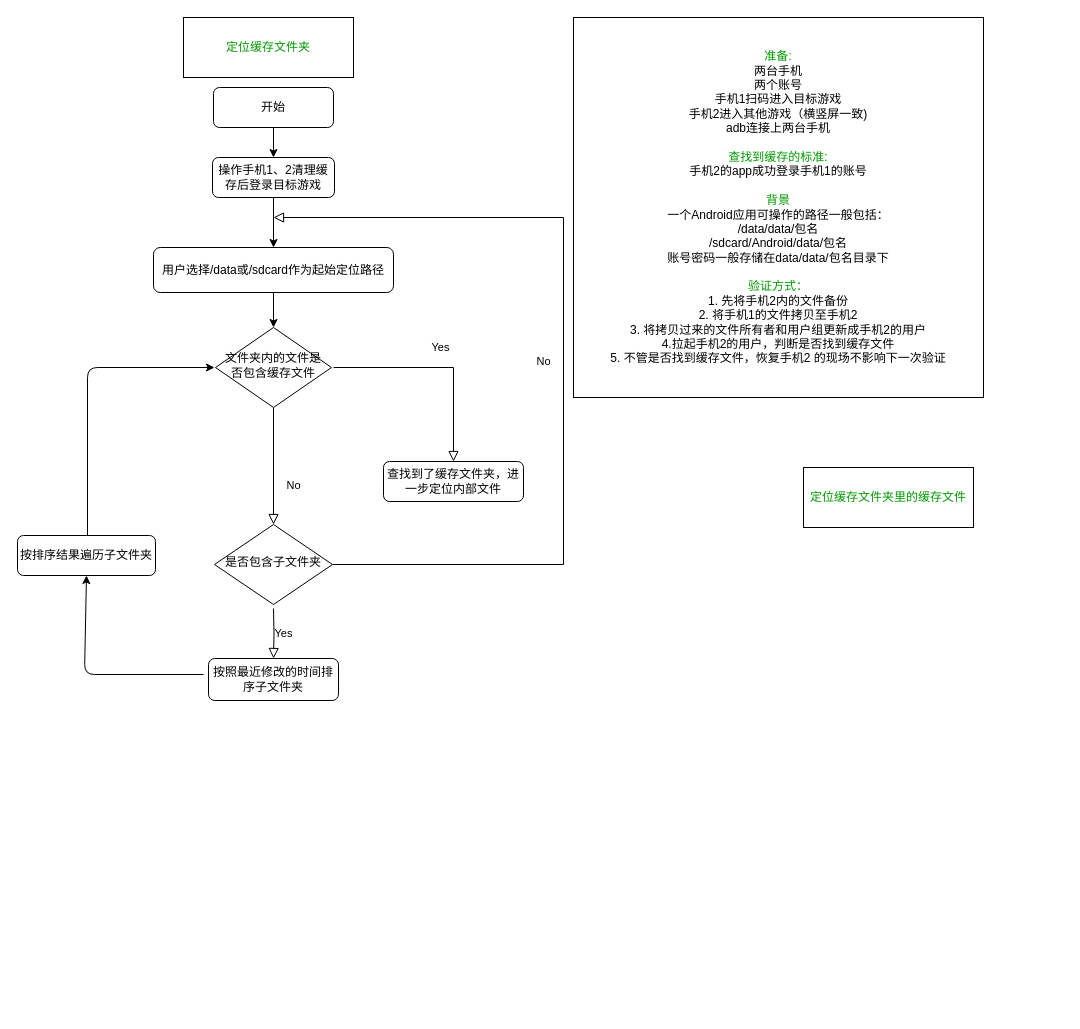
Before: Untitled Diagram.drawio in linxierr/TVGuoBT, a draw.io diagram. Source tidied: cells renumbered, new cells numbered last; positions are measured from the earlier drawing's top-left corner, leaving out a move shared by most shapes. Both pictures are drawn from the tidied source at 100%, with x=0, y=0 at pixel (17, 17).
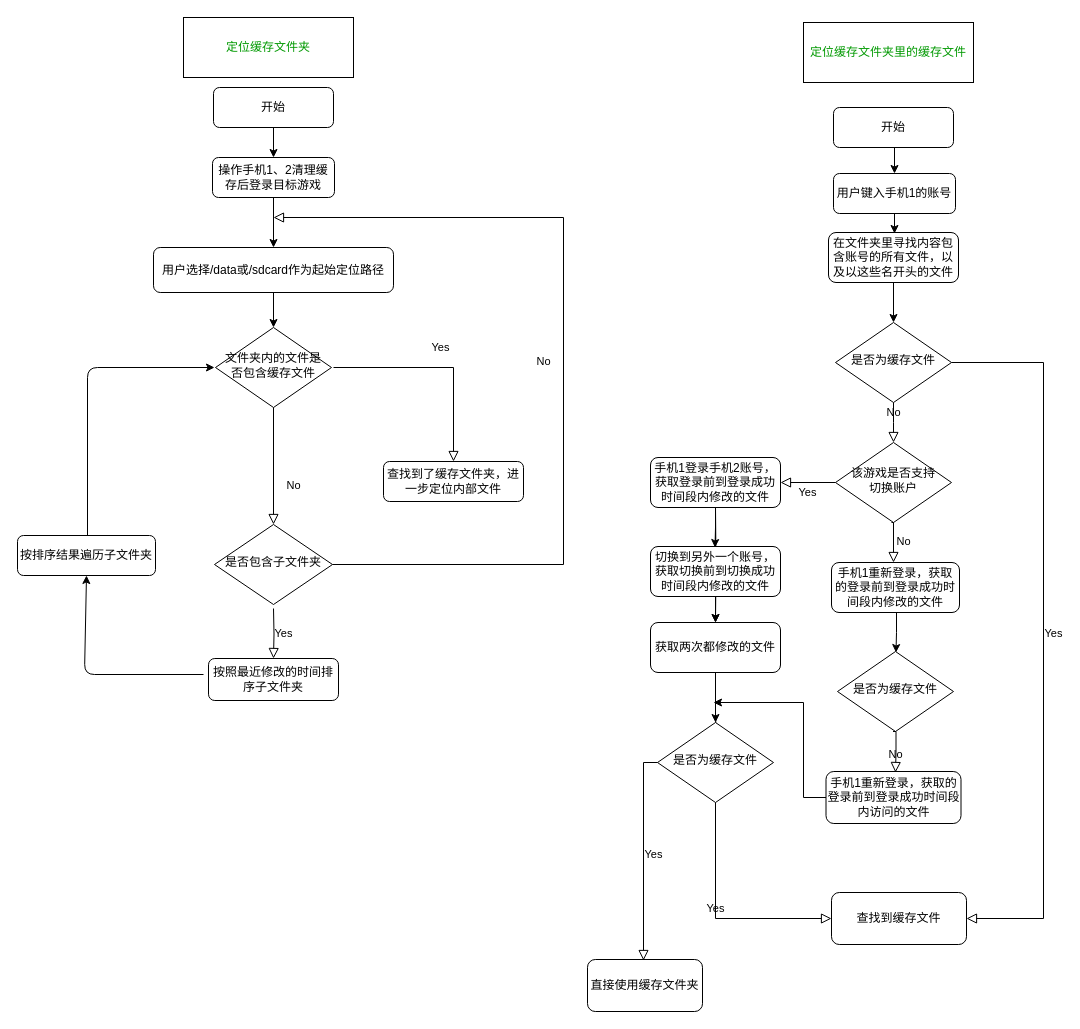
After the change.

Diff of the diagram source:
```diff
@@
-    <mxCell id="3" value="&lt;font color=&quot;#009900&quot;&gt;准备:&lt;/font&gt;&lt;br&gt;两台手机&lt;br&gt;两个账号&lt;br&gt;手机1扫码进入目标游戏&lt;br&gt;手机2进入其他游戏（横竖屏一致)&lt;br&gt;adb连接上两台手机&lt;br&gt;&lt;br&gt;&lt;font color=&quot;#009900&quot;&gt;查找到缓存的标准:&lt;/font&gt;&lt;br&gt;手机2的app成功登录手机1的账号&lt;br&gt;&lt;br&gt;&lt;font color=&quot;#009900&quot;&gt;背景&lt;/font&gt;&lt;br&gt;一个Android应用可操作的路径一般包括：&lt;br&gt;/data/data/包名&lt;br&gt;/sdcard/Android/data/包名&lt;br&gt;账号密码一般存储在data/data/包名目录下&lt;br&gt;&lt;br&gt;&lt;font color=&quot;#009900&quot;&gt;验证方式：&lt;/font&gt;&lt;br&gt;1. 先将手机2内的文件备份&lt;br&gt;2. 将手机1的文件拷贝至手机2&lt;br&gt;3. 将拷贝过来的文件所有者和用户组更新成手机2的用户&lt;br&gt;4.拉起手机2的用户，判断是否找到缓存文件&lt;br&gt;5. 不管是否找到缓存文件，恢复手机2 的现场不影响下一次验证" style="rounded=0;whiteSpace=wrap;html=1;" parent="1" vertex="1">
-      <mxGeometry x="556" width="410" height="380" as="geometry" />
-    </mxCell>
@@
     <mxCell id="22" value="&lt;font color=&quot;#009900&quot;&gt;定位缓存文件夹里的缓存文件&lt;/font&gt;" style="rounded=0;whiteSpace=wrap;html=1;" parent="1" vertex="1">
-      <mxGeometry x="786" y="450" width="170" height="60" as="geometry" />
+      <mxGeometry x="786" y="5" width="170" height="60" as="geometry" />
     </mxCell>
+    <mxCell id="23" value="开始" style="rounded=1;whiteSpace=wrap;html=1;fontSize=12;glass=0;strokeWidth=1;shadow=0;" parent="1" vertex="1">
+      <mxGeometry x="816" y="90" width="120" height="40" as="geometry" />
+    </mxCell>
+    <mxCell id="24" value="用户键入手机1的账号" style="rounded=1;whiteSpace=wrap;html=1;fontSize=12;glass=0;strokeWidth=1;shadow=0;" parent="1" vertex="1">
+      <mxGeometry x="816" y="156" width="122" height="40" as="geometry" />
+    </mxCell>
+    <mxCell id="25" value="在文件夹里寻找内容包含账号的所有文件，以及以这些名开头的文件&lt;br&gt;" style="rounded=1;whiteSpace=wrap;html=1;fontSize=12;glass=0;strokeWidth=1;shadow=0;" parent="1" vertex="1">
+      <mxGeometry x="811" y="215" width="130" height="50" as="geometry" />
+    </mxCell>
+    <mxCell id="26" style="edgeStyle=orthogonalEdgeStyle;rounded=0;jettySize=auto;html=1;exitX=0.5;exitY=1;exitDx=0;exitDy=0;entryX=0.5;entryY=0;entryDx=0;entryDy=0;" parent="1" edge="1" source="23" target="24">
+      <mxGeometry relative="1" as="geometry" />
+    </mxCell>
+    <mxCell id="27" style="edgeStyle=orthogonalEdgeStyle;rounded=0;jettySize=auto;html=1;exitX=0.5;exitY=1;exitDx=0;exitDy=0;" parent="1" edge="1" source="24">
+      <mxGeometry relative="1" as="geometry">
+        <mxPoint x="877" y="216" as="targetPoint" />
+      </mxGeometry>
+    </mxCell>
+    <mxCell id="28" style="edgeStyle=orthogonalEdgeStyle;rounded=0;jettySize=auto;html=1;" parent="1" edge="1" target="44">
+      <mxGeometry relative="1" as="geometry">
+        <mxPoint x="698" y="695" as="sourcePoint" />
+      </mxGeometry>
+    </mxCell>
+    <mxCell id="29" value="是否为缓存文件" style="rhombus;whiteSpace=wrap;html=1;shadow=0;fontFamily=Helvetica;fontSize=12;align=center;strokeWidth=1;spacing=6;spacingTop=-4;" parent="1" vertex="1">
+      <mxGeometry x="818" y="305" width="116" height="80" as="geometry" />
+    </mxCell>
+    <mxCell id="30" value="No&lt;br&gt;" style="edgeStyle=orthogonalEdgeStyle;rounded=0;html=1;jettySize=auto;fontSize=11;endArrow=block;endFill=0;endSize=8;strokeWidth=1;shadow=0;labelBackgroundColor=none;exitX=0.5;exitY=1;exitDx=0;exitDy=0;" parent="1" edge="1" source="29">
+      <mxGeometry y="10" relative="1" as="geometry">
+        <mxPoint x="876" y="425" as="targetPoint" />
+      </mxGeometry>
+    </mxCell>
+    <mxCell id="31" style="edgeStyle=orthogonalEdgeStyle;rounded=0;jettySize=auto;html=1;exitX=0.5;exitY=1;exitDx=0;exitDy=0;entryX=0.5;entryY=0;entryDx=0;entryDy=0;" parent="1" edge="1" source="25" target="29">
+      <mxGeometry relative="1" as="geometry" />
+    </mxCell>
+    <mxCell id="32" value="该游戏是否支持&lt;br&gt;切换账户" style="rhombus;whiteSpace=wrap;html=1;shadow=0;fontFamily=Helvetica;fontSize=12;align=center;strokeWidth=1;spacing=6;spacingTop=-4;" parent="1" vertex="1">
+      <mxGeometry x="818" y="425" width="116" height="80" as="geometry" />
+    </mxCell>
+    <mxCell id="33" style="edgeStyle=orthogonalEdgeStyle;rounded=0;jettySize=auto;html=1;" parent="1" edge="1" source="35" target="39">
+      <mxGeometry relative="1" as="geometry" />
+    </mxCell>
+    <mxCell id="34" style="edgeStyle=orthogonalEdgeStyle;rounded=0;jettySize=auto;html=1;" parent="1" edge="1" target="39">
+      <mxGeometry relative="1" as="geometry">
+        <mxPoint x="698" y="490" as="sourcePoint" />
+      </mxGeometry>
+    </mxCell>
+    <mxCell id="35" value="手机1登录手机2账号，获取登录前到登录成功时间段内修改的文件" style="rounded=1;whiteSpace=wrap;html=1;fontSize=12;glass=0;strokeWidth=1;shadow=0;" parent="1" vertex="1">
+      <mxGeometry x="633" y="440" width="130" height="50" as="geometry" />
+    </mxCell>
+    <mxCell id="36" value="Yes" style="edgeStyle=orthogonalEdgeStyle;rounded=0;html=1;jettySize=auto;fontSize=11;endArrow=block;endFill=0;endSize=8;strokeWidth=1;shadow=0;labelBackgroundColor=none;entryX=1;entryY=0.5;entryDx=0;entryDy=0;" parent="1" edge="1" target="35">
+      <mxGeometry y="10" relative="1" as="geometry">
+        <mxPoint x="818" y="465" as="sourcePoint" />
+        <Array as="points">
+          <mxPoint x="763" y="465" />
+          <mxPoint x="763" y="465" />
+        </Array>
+      </mxGeometry>
+    </mxCell>
+    <mxCell id="37" value="切换到另外一个账号，获取切换前到切换成功时间段内修改的文件" style="rounded=1;whiteSpace=wrap;html=1;fontSize=12;glass=0;strokeWidth=1;shadow=0;" parent="1" vertex="1">
+      <mxGeometry x="633" y="529" width="130" height="50" as="geometry" />
+    </mxCell>
+    <mxCell id="38" style="edgeStyle=orthogonalEdgeStyle;rounded=0;jettySize=auto;html=1;" parent="1" edge="1" source="39" target="44">
+      <mxGeometry relative="1" as="geometry" />
+    </mxCell>
+    <mxCell id="39" value="获取两次都修改的文件" style="rounded=1;whiteSpace=wrap;html=1;fontSize=12;glass=0;strokeWidth=1;shadow=0;" parent="1" vertex="1">
+      <mxGeometry x="633" y="605" width="130" height="50" as="geometry" />
+    </mxCell>
+    <mxCell id="40" style="edgeStyle=orthogonalEdgeStyle;rounded=0;orthogonalLoop=1;jettySize=auto;html=1;entryX=0.5;entryY=0;entryDx=0;entryDy=0;" parent="1" edge="1">
+      <mxGeometry relative="1" as="geometry">
+        <mxPoint x="698" y="490" as="sourcePoint" />
+        <mxPoint x="697.5" y="530" as="targetPoint" />
+        <Array as="points">
+          <mxPoint x="698" y="510" />
+        </Array>
+      </mxGeometry>
+    </mxCell>
+    <mxCell id="41" value="手机1重新登录，获取的登录前到登录成功时间段内修改的文件&lt;br&gt;" style="rounded=1;whiteSpace=wrap;html=1;fontSize=12;glass=0;strokeWidth=1;shadow=0;" parent="1" vertex="1">
+      <mxGeometry x="814" y="545" width="128" height="50" as="geometry" />
+    </mxCell>
+    <mxCell id="42" style="edgeStyle=orthogonalEdgeStyle;rounded=0;orthogonalLoop=1;jettySize=auto;html=1;entryX=0.5;entryY=0;entryDx=0;entryDy=0;" parent="1" edge="1">
+      <mxGeometry relative="1" as="geometry">
+        <mxPoint x="879" y="595" as="sourcePoint" />
+        <mxPoint x="878.5" y="635" as="targetPoint" />
+        <Array as="points">
+          <mxPoint x="879" y="615" />
+        </Array>
+      </mxGeometry>
+    </mxCell>
+    <mxCell id="43" value="No" style="edgeStyle=orthogonalEdgeStyle;rounded=0;html=1;jettySize=auto;orthogonalLoop=1;fontSize=11;endArrow=block;endFill=0;endSize=8;strokeWidth=1;shadow=0;labelBackgroundColor=none;entryX=0.5;entryY=0;entryDx=0;entryDy=0;exitX=0.5;exitY=1;exitDx=0;exitDy=0;" parent="1" edge="1">
+      <mxGeometry y="10" relative="1" as="geometry">
+        <mxPoint x="874" y="505" as="sourcePoint" />
+        <mxPoint x="876" y="545" as="targetPoint" />
+        <Array as="points">
+          <mxPoint x="876" y="505" />
+        </Array>
+      </mxGeometry>
+    </mxCell>
+    <mxCell id="44" value="是否为缓存文件" style="rhombus;whiteSpace=wrap;html=1;shadow=0;fontFamily=Helvetica;fontSize=12;align=center;strokeWidth=1;spacing=6;spacingTop=-4;" parent="1" vertex="1">
+      <mxGeometry x="640" y="705" width="116" height="80" as="geometry" />
+    </mxCell>
+    <mxCell id="45" value="是否为缓存文件" style="rhombus;whiteSpace=wrap;html=1;shadow=0;fontFamily=Helvetica;fontSize=12;align=center;strokeWidth=1;spacing=6;spacingTop=-4;" parent="1" vertex="1">
+      <mxGeometry x="820" y="634" width="116" height="80" as="geometry" />
+    </mxCell>
+    <mxCell id="46" style="edgeStyle=orthogonalEdgeStyle;rounded=0;jettySize=auto;html=1;" parent="1" edge="1" source="47">
+      <mxGeometry relative="1" as="geometry">
+        <mxPoint x="696" y="685" as="targetPoint" />
+        <Array as="points">
+          <mxPoint x="786" y="780" />
+          <mxPoint x="786" y="685" />
+        </Array>
+      </mxGeometry>
+    </mxCell>
+    <mxCell id="47" value="手机1重新登录，获取的登录前到登录成功时间段内访问的文件" style="rounded=1;whiteSpace=wrap;html=1;fontSize=12;glass=0;strokeWidth=1;shadow=0;" parent="1" vertex="1">
+      <mxGeometry x="808.5" y="754" width="135" height="52" as="geometry" />
+    </mxCell>
+    <mxCell id="48" value="No&lt;br&gt;" style="edgeStyle=orthogonalEdgeStyle;rounded=0;html=1;jettySize=auto;orthogonalLoop=1;fontSize=11;endArrow=block;endFill=0;endSize=8;strokeWidth=1;shadow=0;labelBackgroundColor=none;exitX=0.5;exitY=1;exitDx=0;exitDy=0;" parent="1" edge="1">
+      <mxGeometry x="0.19" relative="1" as="geometry">
+        <mxPoint x="875.5" y="714" as="sourcePoint" />
+        <mxPoint x="878" y="755" as="targetPoint" />
+        <Array as="points">
+          <mxPoint x="878.5" y="714" />
+          <mxPoint x="878.5" y="735" />
+        </Array>
+      </mxGeometry>
+    </mxCell>
+    <mxCell id="49" value="查找到缓存文件" style="rounded=1;whiteSpace=wrap;html=1;fontSize=12;glass=0;strokeWidth=1;shadow=0;" parent="1" vertex="1">
+      <mxGeometry x="814" y="875" width="135" height="52" as="geometry" />
+    </mxCell>
+    <mxCell id="50" value="Yes" style="edgeStyle=orthogonalEdgeStyle;rounded=0;html=1;jettySize=auto;fontSize=11;endArrow=block;endFill=0;endSize=8;strokeWidth=1;shadow=0;labelBackgroundColor=none;entryX=0;entryY=0.5;entryDx=0;entryDy=0;exitX=0.5;exitY=1;exitDx=0;exitDy=0;" parent="1" edge="1" source="44" target="49">
+      <mxGeometry y="10" relative="1" as="geometry">
+        <Array as="points">
+          <mxPoint x="698" y="901" />
+        </Array>
+      </mxGeometry>
+    </mxCell>
+    <mxCell id="51" value="Yes" style="edgeStyle=orthogonalEdgeStyle;rounded=0;html=1;jettySize=auto;fontSize=11;endArrow=block;endFill=0;endSize=8;strokeWidth=1;shadow=0;labelBackgroundColor=none;exitX=1;exitY=0.5;exitDx=0;exitDy=0;entryX=1;entryY=0.5;entryDx=0;entryDy=0;" parent="1" edge="1" source="29" target="49">
+      <mxGeometry y="10" relative="1" as="geometry">
+        <Array as="points">
+          <mxPoint x="1026" y="345" />
+          <mxPoint x="1026" y="901" />
+        </Array>
+      </mxGeometry>
+    </mxCell>
+    <mxCell id="52" value="直接使用缓存文件夹" style="rounded=1;whiteSpace=wrap;html=1;fontSize=12;glass=0;strokeWidth=1;shadow=0;" parent="1" vertex="1">
+      <mxGeometry x="570" y="942" width="115" height="52" as="geometry" />
+    </mxCell>
+    <mxCell id="53" value="Yes" style="edgeStyle=orthogonalEdgeStyle;rounded=0;html=1;jettySize=auto;fontSize=11;endArrow=block;endFill=0;endSize=8;strokeWidth=1;shadow=0;labelBackgroundColor=none;exitX=0;exitY=0.5;exitDx=0;exitDy=0;" parent="1" edge="1" source="44">
+      <mxGeometry y="10" relative="1" as="geometry">
+        <mxPoint x="626" y="943" as="targetPoint" />
+        <Array as="points">
+          <mxPoint x="626" y="745" />
+          <mxPoint x="626" y="943" />
+        </Array>
+      </mxGeometry>
+    </mxCell>
```
